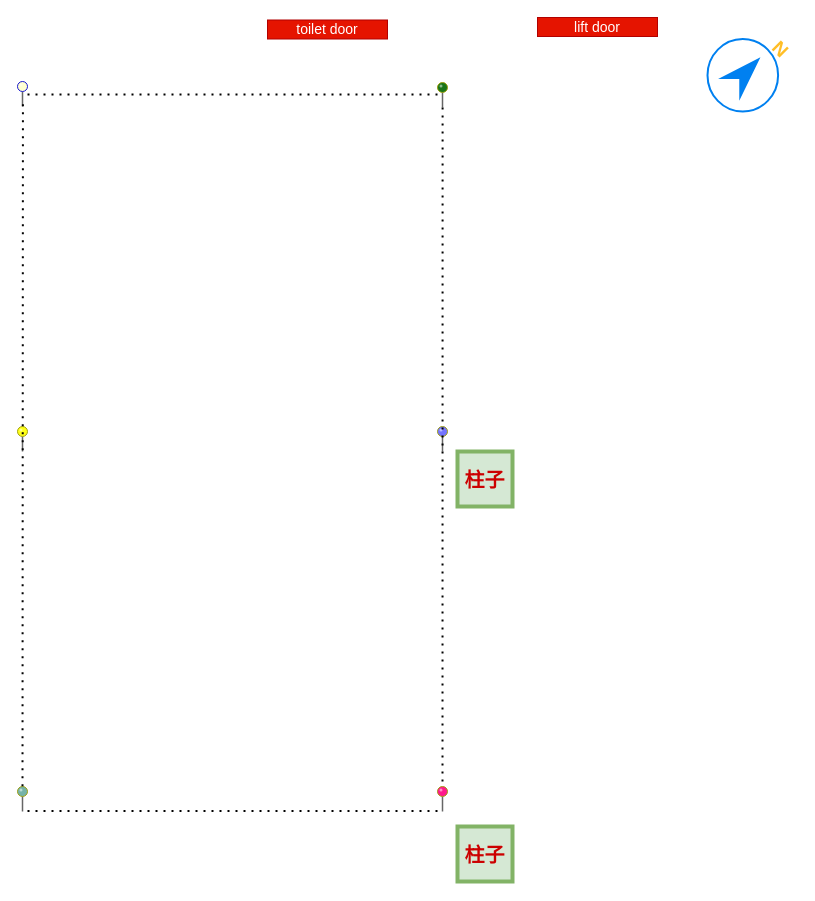
Above: page "ope-scale" (6 of 7) of TotalStation/位置信息标注.drawio in Joiner12/Position (draw.io), before the change. Source tidied: cells renumbered, new cells numbered last; positions are measured from the earlier drawing's top-left corner, leaving out a move shared by most shapes. Both pictures are drawn from the tidied source at 100%, with x=0, y=0 at pixel (17, 17).
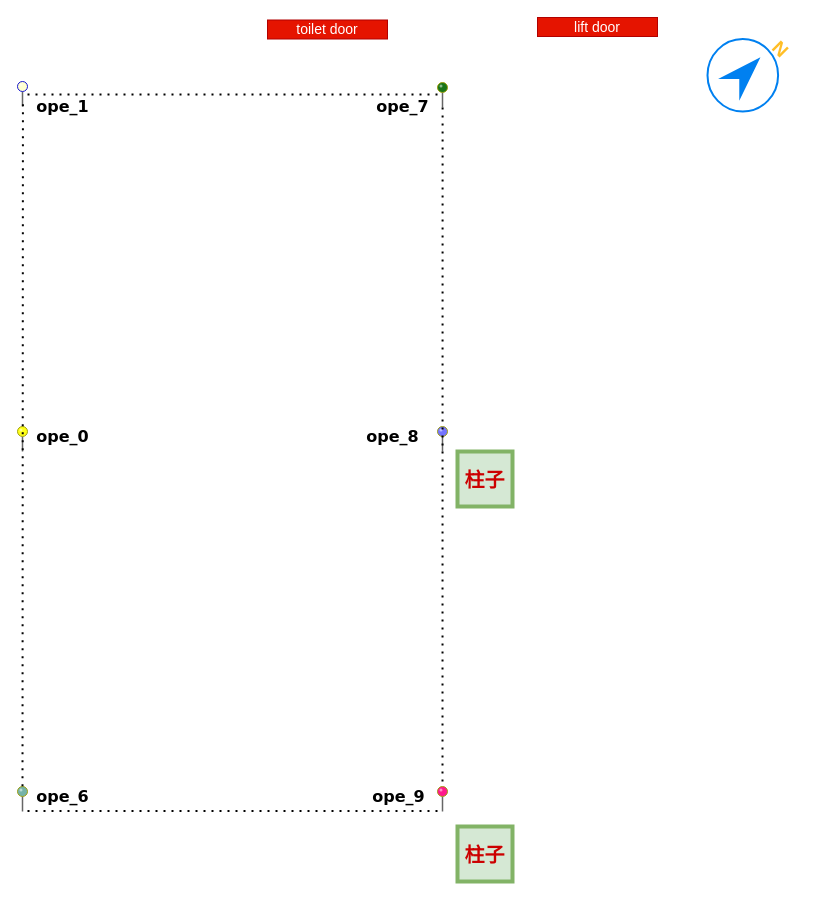
The same diagram, later.

Diff of the diagram source:
```diff
@@
+    <mxCell id="19" value="ope_1" style="text;html=1;align=center;verticalAlign=middle;fontSize=16;fontStyle=1;fontFamily=Verdana;" parent="1" vertex="1">
+      <mxGeometry x="10" y="79" width="70" height="20" as="geometry" />
+    </mxCell>
+    <mxCell id="20" value="ope_7" style="text;html=1;align=center;verticalAlign=middle;fontSize=16;fontStyle=1;fontFamily=Verdana;" parent="1" vertex="1">
+      <mxGeometry x="350" y="79" width="70" height="20" as="geometry" />
+    </mxCell>
+    <mxCell id="21" value="ope_0" style="text;html=1;align=center;verticalAlign=middle;fontSize=16;fontStyle=1;fontFamily=Verdana;" parent="1" vertex="1">
+      <mxGeometry x="10" y="409" width="70" height="20" as="geometry" />
+    </mxCell>
+    <mxCell id="22" value="ope_8" style="text;html=1;align=center;verticalAlign=middle;fontSize=16;fontStyle=1;fontFamily=Verdana;" parent="1" vertex="1">
+      <mxGeometry x="340" y="409" width="70" height="20" as="geometry" />
+    </mxCell>
+    <mxCell id="23" value="ope_6" style="text;html=1;align=center;verticalAlign=middle;fontSize=16;fontStyle=1;fontFamily=Verdana;" parent="1" vertex="1">
+      <mxGeometry x="10" y="769" width="70" height="20" as="geometry" />
+    </mxCell>
+    <mxCell id="24" value="ope_9" style="text;html=1;align=center;verticalAlign=middle;fontSize=16;fontStyle=1;fontFamily=Verdana;" parent="1" vertex="1">
+      <mxGeometry x="346" y="769" width="70" height="20" as="geometry" />
+    </mxCell>
```
